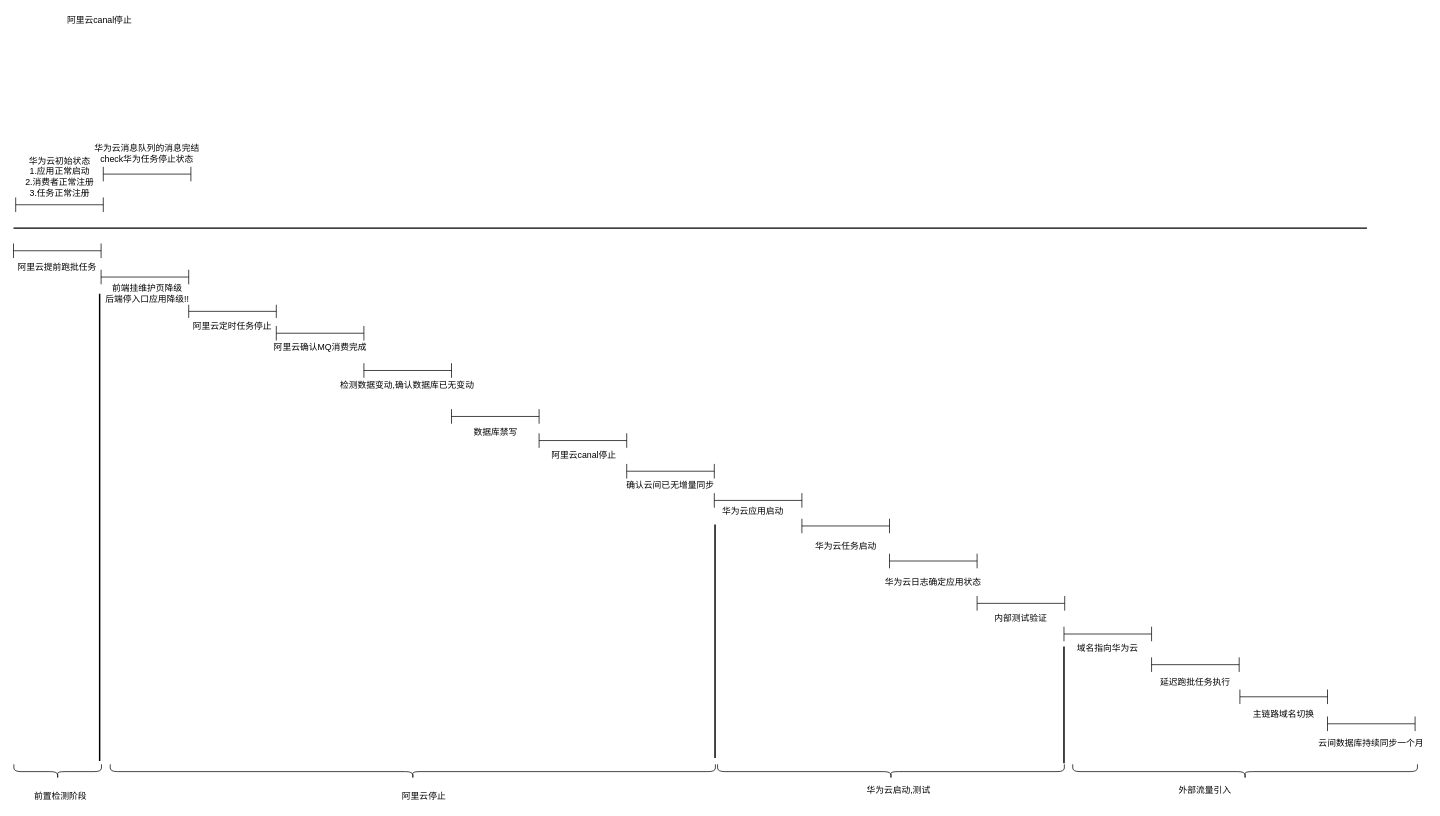
The draw.io diagram 割接当天.drawio in mingtian110/pc_home, before the edit. Source tidied: cells renumbered, new cells numbered last; positions are measured from the earlier drawing's top-left corner, leaving out a move shared by most shapes. Both pictures are drawn from the tidied source at 73%, with x=0, y=0 at pixel (13, 12).
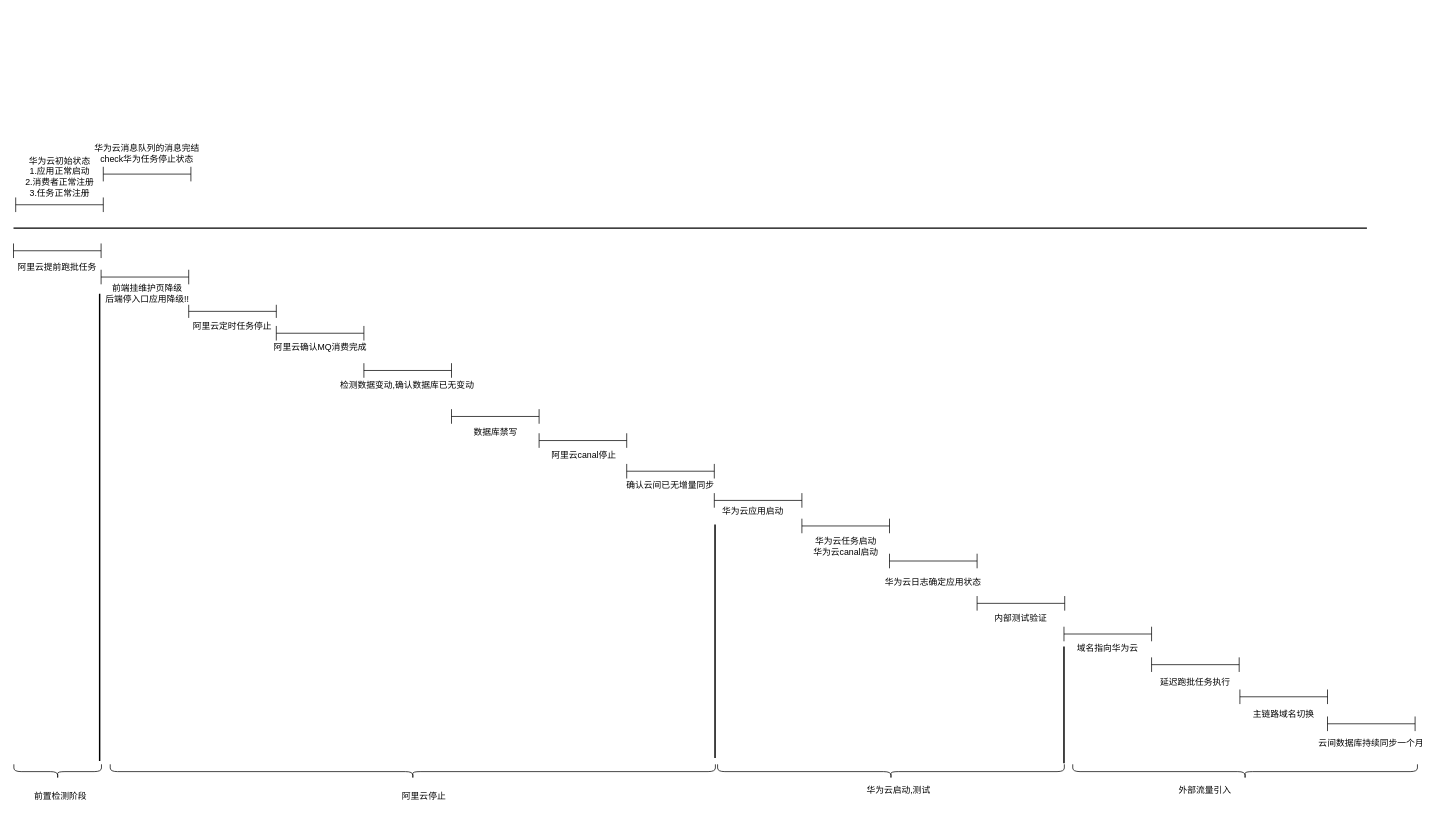
Above is the later version.

Commit message (it also covers changes not shown here):
更新割接当天.drawio

The edit, as a diff of the source:
```diff
@@
-    <mxCell id="2" value="阿里云canal停止" style="text;html=1;strokeColor=none;fillColor=none;align=center;verticalAlign=middle;whiteSpace=wrap;rounded=0;" parent="1" vertex="1">
-      <mxGeometry x="62" width="112" height="20" as="geometry" />
-    </mxCell>
@@
-    <mxCell id="4" value="华为云任务启动" style="text;html=1;strokeColor=none;fillColor=none;align=center;verticalAlign=middle;whiteSpace=wrap;rounded=0;" parent="1" vertex="1">
+    <mxCell id="4" value="华为云任务启动&lt;br&gt;华为云canal启动" style="text;html=1;strokeColor=none;fillColor=none;align=center;verticalAlign=middle;whiteSpace=wrap;rounded=0;" parent="1" vertex="1">
       <mxGeometry x="1084.5" y="721" width="111" height="20" as="geometry" />
     </mxCell>
```
